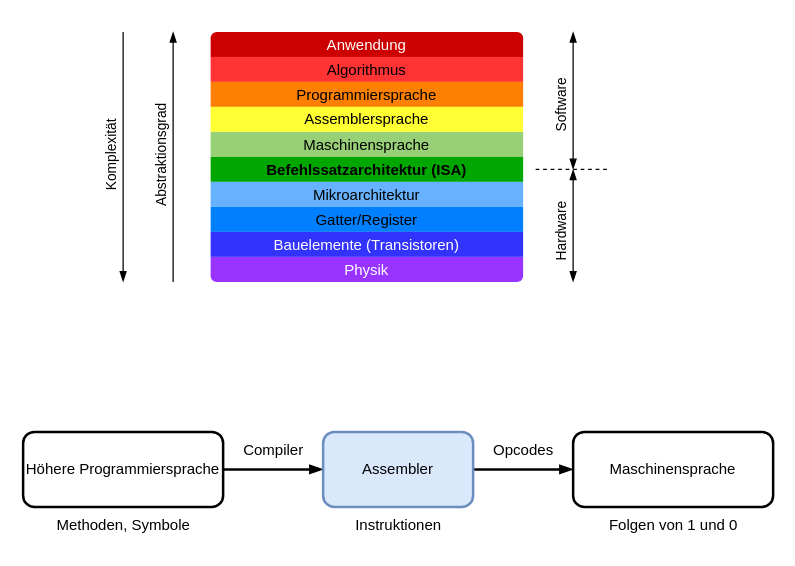
Earlier version of the draw.io diagram assets/drawio/asm.drawio (s-grundner/Elektronik). Source tidied: cells renumbered, new cells numbered last; positions are measured from the earlier drawing's top-left corner, leaving out a move shared by most shapes. Both pictures are drawn from the tidied source at 125%, with x=0, y=0 at pixel (22, 31).
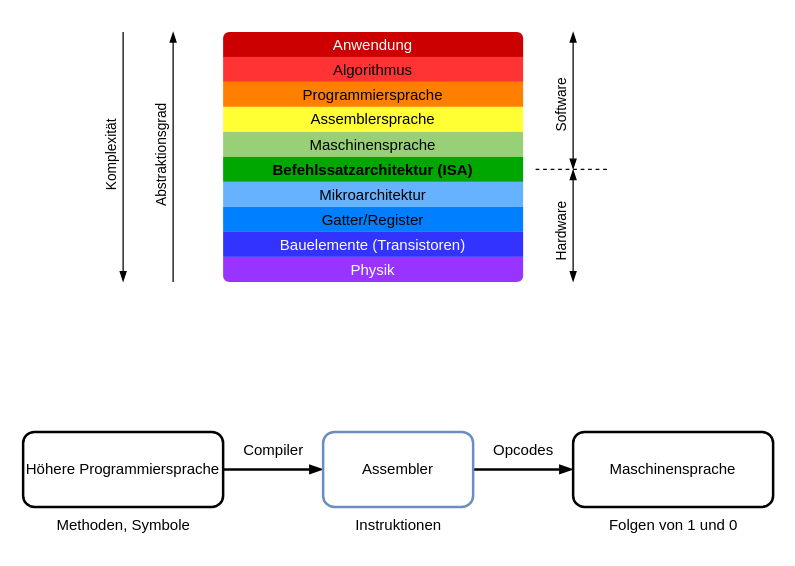
The same page after the edit.

What changed in the source:
```diff
@@
     <mxCell id="2" style="swimlane;fontStyle=0;horizontal=1;startSize=0;whiteSpace=wrap;html=1;strokeColor=none;fillColor=none;swimlaneFillColor=default;textShadow=0;enumerate=0;swimlaneLine=1;align=center;fontFamily=Hurmit Nerd Font;verticalAlign=bottom;" parent="1" vertex="1">
-      <mxGeometry x="150" width="250" height="200" as="geometry" />
+      <mxGeometry x="160" width="240" height="200" as="geometry" />
     </mxCell>
     <mxCell id="3" value="Anwendung" style="text;strokeColor=none;fillColor=#CC0000;align=center;verticalAlign=bottom;spacingLeft=10;spacingRight=10;overflow=hidden;whiteSpace=wrap;html=1;shape=mxgraph.bootstrap.topButton;rSize=5;fontColor=#FFFFFF;swimlaneFillColor=default;textShadow=0;enumerate=0;swimlaneLine=1;fontFamily=Hurmit Nerd Font;gradientColor=none;" parent="2" vertex="1">
-      <mxGeometry width="250" height="20" as="geometry" />
+      <mxGeometry width="240" height="20" as="geometry" />
     </mxCell>
     <mxCell id="4" value="Algorithmus" style="text;strokeColor=none;fillColor=#FF3333;align=center;verticalAlign=bottom;spacingLeft=10;spacingRight=10;overflow=hidden;whiteSpace=wrap;html=1;rSize=5;fontColor=#000000;swimlaneFillColor=default;textShadow=0;enumerate=0;swimlaneLine=1;fontFamily=Hurmit Nerd Font;" parent="2" vertex="1">
-      <mxGeometry y="20" width="250" height="20" as="geometry" />
+      <mxGeometry y="20" width="240" height="20" as="geometry" />
     </mxCell>
     <mxCell id="5" value="Programmiersprache" style="text;strokeColor=none;fillColor=#FF8000;align=center;verticalAlign=bottom;spacingLeft=10;spacingRight=10;overflow=hidden;whiteSpace=wrap;html=1;rSize=5;fontColor=#000000;swimlaneFillColor=default;textShadow=0;enumerate=0;swimlaneLine=1;fontFamily=Hurmit Nerd Font;" parent="2" vertex="1">
-      <mxGeometry y="40" width="250" height="20" as="geometry" />
+      <mxGeometry y="40" width="240" height="20" as="geometry" />
     </mxCell>
     <mxCell id="6" value="Assemblersprache" style="text;strokeColor=none;fillColor=#FFFF33;align=center;verticalAlign=middle;spacingLeft=10;spacingRight=10;overflow=hidden;whiteSpace=wrap;html=1;rSize=5;fontColor=#000000;swimlaneFillColor=default;textShadow=0;enumerate=0;swimlaneLine=1;fontFamily=Hurmit Nerd Font;fontSize=12;horizontal=1;" parent="2" vertex="1">
-      <mxGeometry y="60" width="250" height="20" as="geometry" />
+      <mxGeometry y="60" width="240" height="20" as="geometry" />
     </mxCell>
     <mxCell id="7" value="Maschinensprache" style="text;strokeColor=none;fillColor=#97D077;align=center;verticalAlign=bottom;spacingLeft=10;spacingRight=10;overflow=hidden;whiteSpace=wrap;html=1;rSize=5;fontColor=#000000;swimlaneFillColor=default;textShadow=0;enumerate=0;swimlaneLine=1;fontFamily=Hurmit Nerd Font;" parent="2" vertex="1">
-      <mxGeometry y="80" width="250" height="20" as="geometry" />
+      <mxGeometry y="80" width="240" height="20" as="geometry" />
     </mxCell>
     <mxCell id="8" value="Befehlssatzarchitektur (ISA)" style="text;strokeColor=none;fillColor=#00A700;align=center;verticalAlign=bottom;spacingLeft=10;spacingRight=10;overflow=hidden;whiteSpace=wrap;html=1;rSize=5;fontColor=#000000;swimlaneFillColor=default;textShadow=0;enumerate=0;swimlaneLine=1;fontFamily=Hurmit Nerd Font;fontStyle=1;" parent="2" vertex="1">
-      <mxGeometry y="100" width="250" height="20" as="geometry" />
+      <mxGeometry y="100" width="240" height="20" as="geometry" />
     </mxCell>
     <mxCell id="9" value="Mikroarchitektur" style="text;strokeColor=none;fillColor=#66B2FF;align=center;verticalAlign=bottom;spacingLeft=10;spacingRight=10;overflow=hidden;whiteSpace=wrap;html=1;rSize=5;fontColor=#000000;swimlaneFillColor=default;textShadow=0;enumerate=0;swimlaneLine=1;fontFamily=Hurmit Nerd Font;" parent="2" vertex="1">
-      <mxGeometry y="120" width="250" height="20" as="geometry" />
+      <mxGeometry y="120" width="240" height="20" as="geometry" />
     </mxCell>
     <mxCell id="10" value="Gatter/Register" style="text;strokeColor=none;fillColor=#007FFF;align=center;verticalAlign=bottom;spacingLeft=10;spacingRight=10;overflow=hidden;whiteSpace=wrap;html=1;rSize=5;fontColor=#000000;swimlaneFillColor=default;textShadow=0;enumerate=0;swimlaneLine=1;fontFamily=Hurmit Nerd Font;" parent="2" vertex="1">
-      <mxGeometry y="140" width="250" height="20" as="geometry" />
+      <mxGeometry y="140" width="240" height="20" as="geometry" />
     </mxCell>
     <mxCell id="11" style="endArrow=blockThin;html=1;rounded=0;endFill=1;verticalAlign=top;horizontal=0;" parent="2" edge="1">
       <mxGeometry relative="1" as="geometry">
-        <mxPoint x="-30" y="200" as="sourcePoint" />
-        <mxPoint x="-30" as="targetPoint" />
+        <mxPoint x="-40" y="200" as="sourcePoint" />
+        <mxPoint x="-40" as="targetPoint" />
       </mxGeometry>
     </mxCell>
@@
     <mxCell id="13" value="Bauelemente (Transistoren)" style="text;strokeColor=none;fillColor=#3333FF;align=center;verticalAlign=bottom;spacingLeft=10;spacingRight=10;overflow=hidden;whiteSpace=wrap;html=1;rSize=5;fontColor=#FFFFFF;swimlaneFillColor=default;textShadow=0;enumerate=0;swimlaneLine=1;fontFamily=Hurmit Nerd Font;" parent="2" vertex="1">
-      <mxGeometry y="160" width="250" height="20" as="geometry" />
+      <mxGeometry y="160" width="240" height="20" as="geometry" />
     </mxCell>
     <mxCell id="14" value="Physik" style="text;strokeColor=none;fillColor=#9933FF;align=center;verticalAlign=bottom;spacingLeft=10;spacingRight=10;overflow=hidden;whiteSpace=wrap;html=1;shape=mxgraph.bootstrap.bottomButton;rSize=5;fontColor=#FFFFFF;swimlaneFillColor=default;textShadow=0;enumerate=0;swimlaneLine=1;fontFamily=Hurmit Nerd Font;" parent="2" vertex="1">
-      <mxGeometry y="180" width="250" height="20" as="geometry" />
+      <mxGeometry y="180" width="240" height="20" as="geometry" />
     </mxCell>
@@
-    <mxCell id="25" value="Assembler" style="rounded=1;whiteSpace=wrap;html=1;strokeWidth=2;fontFamily=Hurmit Nerd Font;fillColor=#dae8fc;strokeColor=#6c8ebf;" parent="1" vertex="1">
+    <mxCell id="25" value="Assembler" style="rounded=1;whiteSpace=wrap;html=1;strokeWidth=2;fontFamily=Hurmit Nerd Font;fillColor=none;strokeColor=#6c8ebf;" parent="1" vertex="1">
       <mxGeometry x="240" y="320" width="120" height="60" as="geometry" />
     </mxCell>
```
